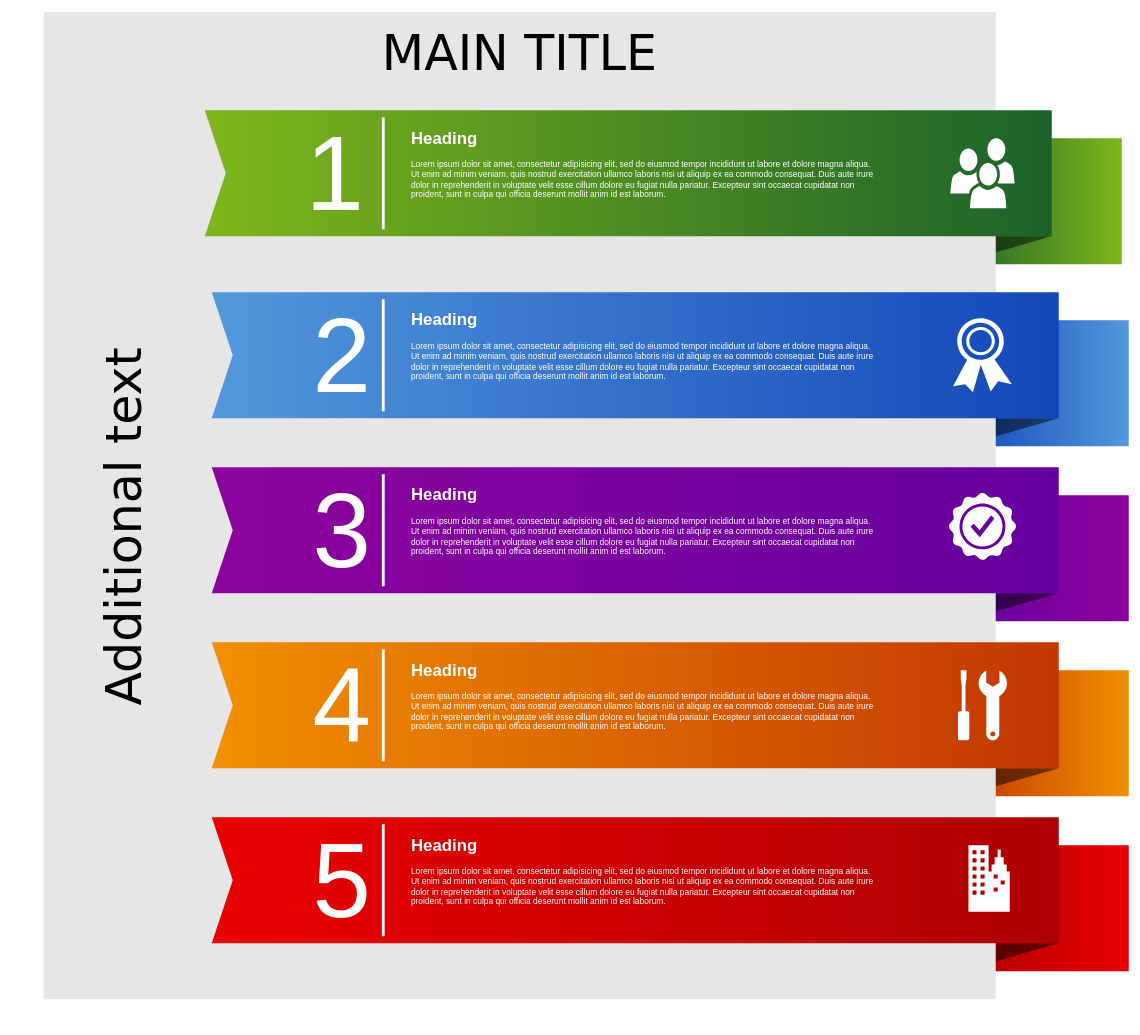
This is gränsnittdesign/assignment/personas1.drawio from samthe0908/web-2108, a draw.io file, before an edit. Source tidied: cells renumbered, new cells numbered last; positions are measured from the earlier drawing's top-left corner, leaving out a move shared by most shapes. Both pictures are drawn from the tidied source at 70%, with x=0, y=0 at pixel (43, 12).
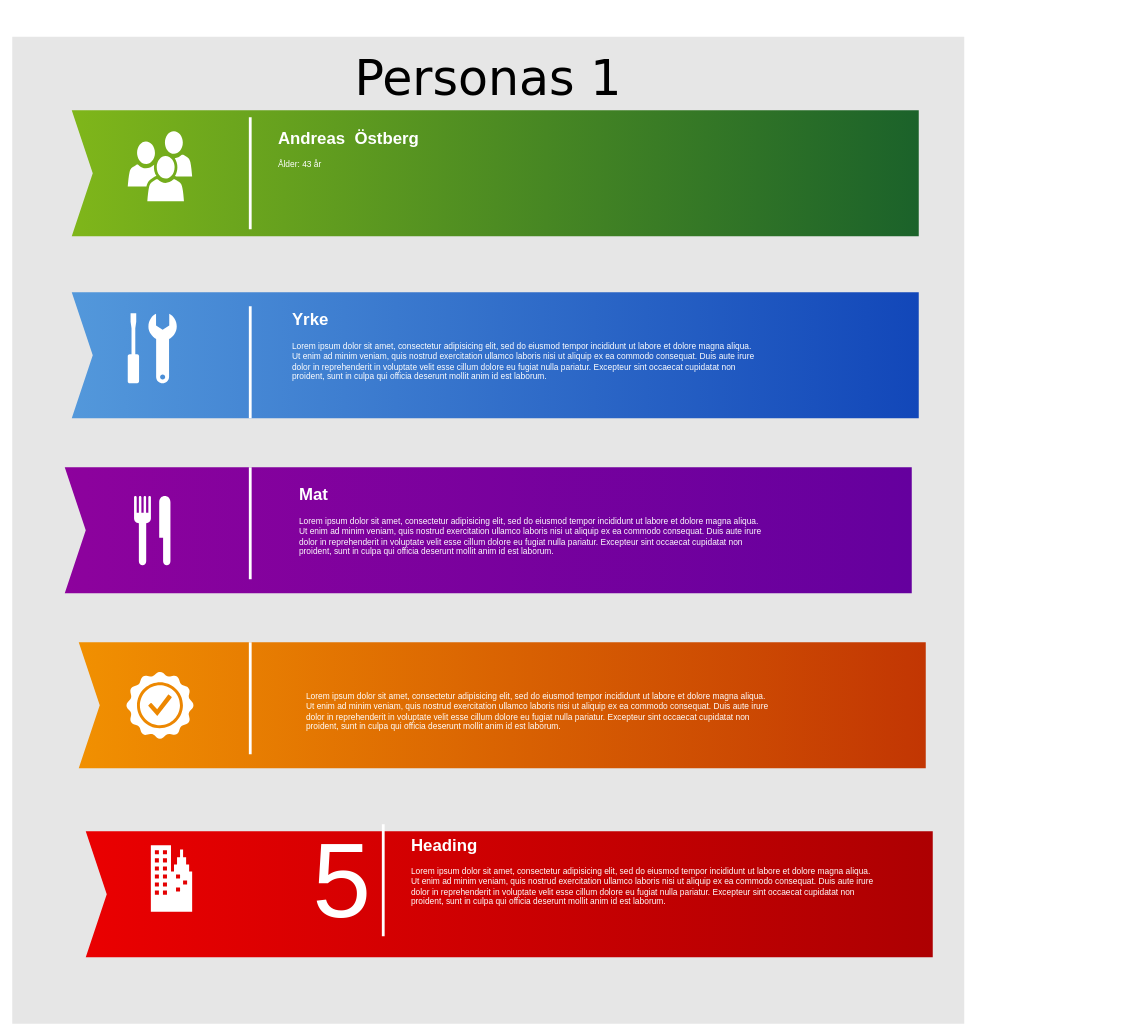
Above is the later version.

The edit, as a diff of the source:
```diff
@@
-    <mxCell id="2" style="whiteSpace=wrap;html=1;rounded=0;shadow=0;dashed=0;strokeWidth=1;fontFamily=Tahoma;fontSize=10;fontColor=#FFFFFF;strokeColor=none;fillColor=#7FB61A;gradientColor=#1B622A;gradientDirection=west;" parent="1" vertex="1">
-      <mxGeometry x="1300" y="180" width="240" height="180" as="geometry" />
-    </mxCell>
-    <mxCell id="3" style="verticalLabelPosition=bottom;verticalAlign=top;html=1;strokeWidth=1;shape=mxgraph.basic.orthogonal_triangle;rounded=0;shadow=0;dashed=0;fontFamily=Tahoma;fontSize=10;fontColor=#FFFFFF;flipV=1;fillColor=#000000;strokeColor=none;opacity=50;" parent="1" vertex="1">
-      <mxGeometry x="1300" y="320" width="140" height="40" as="geometry" />
-    </mxCell>
-    <mxCell id="4" style="whiteSpace=wrap;html=1;rounded=0;shadow=0;dashed=0;strokeWidth=1;fontFamily=Tahoma;fontSize=10;fontColor=#FFFFFF;strokeColor=none;fillColor=#5398DB;gradientColor=#1247B9;gradientDirection=west;" parent="1" vertex="1">
-      <mxGeometry x="1310" y="440" width="240" height="180" as="geometry" />
-    </mxCell>
-    <mxCell id="5" style="verticalLabelPosition=bottom;verticalAlign=top;html=1;strokeWidth=1;shape=mxgraph.basic.orthogonal_triangle;rounded=0;shadow=0;dashed=0;fontFamily=Tahoma;fontSize=10;fontColor=#FFFFFF;flipV=1;fillColor=#000000;strokeColor=none;opacity=50;" parent="1" vertex="1">
-      <mxGeometry x="1310" y="580" width="140" height="40" as="geometry" />
-    </mxCell>
-    <mxCell id="6" style="whiteSpace=wrap;html=1;rounded=0;shadow=0;dashed=0;strokeWidth=1;fontFamily=Tahoma;fontSize=10;fontColor=#FFFFFF;strokeColor=none;fillColor=#8D029D;gradientColor=#65009E;gradientDirection=west;" parent="1" vertex="1">
-      <mxGeometry x="1310" y="690" width="240" height="180" as="geometry" />
-    </mxCell>
-    <mxCell id="7" style="verticalLabelPosition=bottom;verticalAlign=top;html=1;strokeWidth=1;shape=mxgraph.basic.orthogonal_triangle;rounded=0;shadow=0;dashed=0;fontFamily=Tahoma;fontSize=10;fontColor=#FFFFFF;flipV=1;fillColor=#000000;strokeColor=none;opacity=50;" parent="1" vertex="1">
-      <mxGeometry x="1310" y="830" width="140" height="40" as="geometry" />
-    </mxCell>
-    <mxCell id="8" style="whiteSpace=wrap;html=1;rounded=0;shadow=0;dashed=0;strokeWidth=1;fontFamily=Tahoma;fontSize=10;fontColor=#FFFFFF;strokeColor=none;fillColor=#F19001;gradientColor=#C23603;gradientDirection=west;" parent="1" vertex="1">
-      <mxGeometry x="1310" y="940" width="240" height="180" as="geometry" />
-    </mxCell>
-    <mxCell id="9" style="verticalLabelPosition=bottom;verticalAlign=top;html=1;strokeWidth=1;shape=mxgraph.basic.orthogonal_triangle;rounded=0;shadow=0;dashed=0;fontFamily=Tahoma;fontSize=10;fontColor=#FFFFFF;flipV=1;fillColor=#000000;strokeColor=none;opacity=50;" parent="1" vertex="1">
-      <mxGeometry x="1310" y="1080" width="140" height="40" as="geometry" />
-    </mxCell>
-    <mxCell id="10" style="whiteSpace=wrap;html=1;rounded=0;shadow=0;dashed=0;strokeWidth=1;fontFamily=Tahoma;fontSize=10;fontColor=#FFFFFF;strokeColor=none;fillColor=#EA0001;gradientColor=#AD0002;gradientDirection=west;" parent="1" vertex="1">
-      <mxGeometry x="1310" y="1190" width="240" height="180" as="geometry" />
-    </mxCell>
-    <mxCell id="11" style="verticalLabelPosition=bottom;verticalAlign=top;html=1;strokeWidth=1;shape=mxgraph.basic.orthogonal_triangle;rounded=0;shadow=0;dashed=0;fontFamily=Tahoma;fontSize=10;fontColor=#FFFFFF;flipV=1;fillColor=#000000;strokeColor=none;opacity=50;" parent="1" vertex="1">
-      <mxGeometry x="1310" y="1330" width="140" height="40" as="geometry" />
-    </mxCell>
-    <mxCell id="12" value="MAIN TITLE" style="whiteSpace=wrap;html=1;rounded=0;shadow=0;dashed=0;strokeWidth=1;fillColor=#E6E6E6;fontFamily=Verdana;fontSize=70;strokeColor=none;verticalAlign=top;spacingTop=10;" parent="1" vertex="1">
-      <mxGeometry width="1360" height="1410" as="geometry" />
+    <mxCell id="12" value="Personas 1" style="whiteSpace=wrap;html=1;rounded=0;shadow=0;dashed=0;strokeWidth=1;fillColor=#E6E6E6;fontFamily=Verdana;fontSize=70;strokeColor=none;verticalAlign=top;spacingTop=10;" parent="1" vertex="1">
+      <mxGeometry x="-45" y="35" width="1360" height="1410" as="geometry" />
     </mxCell>
     <mxCell id="13" style="html=1;shadow=0;dashed=0;align=center;verticalAlign=middle;shape=mxgraph.arrows2.arrow;dy=0;dx=0;notch=30;rounded=0;strokeColor=none;strokeWidth=1;fillColor=#7FB61A;fontFamily=Tahoma;fontSize=10;fontColor=#FFFFFF;gradientColor=#1B622A;gradientDirection=east;" parent="1" vertex="1">
-      <mxGeometry x="230" y="140" width="1210" height="180" as="geometry" />
+      <mxGeometry x="40" y="140" width="1210" height="180" as="geometry" />
     </mxCell>
     <mxCell id="14" style="html=1;shadow=0;dashed=0;align=center;verticalAlign=middle;shape=mxgraph.arrows2.arrow;dy=0;dx=0;notch=30;rounded=0;strokeColor=none;strokeWidth=1;fillColor=#5398DB;fontFamily=Tahoma;fontSize=10;fontColor=#FFFFFF;gradientColor=#1247B9;gradientDirection=east;" parent="1" vertex="1">
-      <mxGeometry x="240" y="400" width="1210" height="180" as="geometry" />
+      <mxGeometry x="40" y="400" width="1210" height="180" as="geometry" />
     </mxCell>
     <mxCell id="15" style="html=1;shadow=0;dashed=0;align=center;verticalAlign=middle;shape=mxgraph.arrows2.arrow;dy=0;dx=0;notch=30;rounded=0;strokeColor=none;strokeWidth=1;fillColor=#8D029D;fontFamily=Tahoma;fontSize=10;fontColor=#FFFFFF;gradientColor=#65009E;gradientDirection=east;" parent="1" vertex="1">
-      <mxGeometry x="240" y="650" width="1210" height="180" as="geometry" />
+      <mxGeometry x="30" y="650" width="1210" height="180" as="geometry" />
     </mxCell>
     <mxCell id="16" style="html=1;shadow=0;dashed=0;align=center;verticalAlign=middle;shape=mxgraph.arrows2.arrow;dy=0;dx=0;notch=30;rounded=0;strokeColor=none;strokeWidth=1;fillColor=#F19001;fontFamily=Tahoma;fontSize=10;fontColor=#FFFFFF;gradientColor=#C23603;gradientDirection=east;" parent="1" vertex="1">
-      <mxGeometry x="240" y="900" width="1210" height="180" as="geometry" />
+      <mxGeometry x="50" y="900" width="1210" height="180" as="geometry" />
     </mxCell>
     <mxCell id="17" style="html=1;shadow=0;dashed=0;align=center;verticalAlign=middle;shape=mxgraph.arrows2.arrow;dy=0;dx=0;notch=30;rounded=0;strokeColor=none;strokeWidth=1;fillColor=#EA0001;fontFamily=Tahoma;fontSize=10;fontColor=#FFFFFF;gradientColor=#AD0002;gradientDirection=east;" parent="1" vertex="1">
-      <mxGeometry x="240" y="1150" width="1210" height="180" as="geometry" />
+      <mxGeometry x="60" y="1170" width="1210" height="180" as="geometry" />
     </mxCell>
-    <mxCell id="18" value="Additional text" style="text;html=1;strokeColor=none;fillColor=none;align=center;verticalAlign=middle;whiteSpace=wrap;rounded=0;shadow=0;dashed=0;fontFamily=Verdana;fontSize=70;horizontal=0;" parent="1" vertex="1">
-      <mxGeometry x="50" y="140" width="130" height="1190" as="geometry" />
-    </mxCell>
-    <mxCell id="19" value="1" style="text;html=1;strokeColor=none;fillColor=none;align=right;verticalAlign=middle;whiteSpace=wrap;rounded=0;shadow=0;dashed=0;fontFamily=Helvetica;fontSize=150;fontColor=#FFFFFF;" parent="1" vertex="1">
-      <mxGeometry x="260" y="140" width="200" height="180" as="geometry" />
-    </mxCell>
-    <mxCell id="20" value="2" style="text;html=1;strokeColor=none;fillColor=none;align=right;verticalAlign=middle;whiteSpace=wrap;rounded=0;shadow=0;dashed=0;fontFamily=Helvetica;fontSize=150;fontColor=#FFFFFF;" parent="1" vertex="1">
-      <mxGeometry x="270" y="400" width="200" height="180" as="geometry" />
-    </mxCell>
-    <mxCell id="21" value="3" style="text;html=1;strokeColor=none;fillColor=none;align=right;verticalAlign=middle;whiteSpace=wrap;rounded=0;shadow=0;dashed=0;fontFamily=Helvetica;fontSize=150;fontColor=#FFFFFF;" parent="1" vertex="1">
-      <mxGeometry x="270" y="650" width="200" height="180" as="geometry" />
-    </mxCell>
-    <mxCell id="22" value="4" style="text;html=1;strokeColor=none;fillColor=none;align=right;verticalAlign=middle;whiteSpace=wrap;rounded=0;shadow=0;dashed=0;fontFamily=Helvetica;fontSize=150;fontColor=#FFFFFF;" parent="1" vertex="1">
-      <mxGeometry x="270" y="900" width="200" height="180" as="geometry" />
-    </mxCell>
@@
     <mxCell id="24" style="line;strokeWidth=4;direction=south;html=1;rounded=0;shadow=0;dashed=0;fillColor=none;gradientColor=#AD0002;fontFamily=Helvetica;fontSize=150;fontColor=#FFFFFF;align=right;strokeColor=#FFFFFF;" parent="1" vertex="1">
-      <mxGeometry x="480" y="150" width="10" height="160" as="geometry" />
+      <mxGeometry x="290" y="150" width="10" height="160" as="geometry" />
     </mxCell>
     <mxCell id="25" style="line;strokeWidth=4;direction=south;html=1;rounded=0;shadow=0;dashed=0;fillColor=none;gradientColor=#AD0002;fontFamily=Helvetica;fontSize=150;fontColor=#FFFFFF;align=right;strokeColor=#FFFFFF;" parent="1" vertex="1">
-      <mxGeometry x="480" y="410" width="10" height="160" as="geometry" />
+      <mxGeometry x="290" y="420" width="10" height="160" as="geometry" />
     </mxCell>
     <mxCell id="26" style="line;strokeWidth=4;direction=south;html=1;rounded=0;shadow=0;dashed=0;fillColor=none;gradientColor=#AD0002;fontFamily=Helvetica;fontSize=150;fontColor=#FFFFFF;align=right;strokeColor=#FFFFFF;" parent="1" vertex="1">
-      <mxGeometry x="480" y="660" width="10" height="160" as="geometry" />
+      <mxGeometry x="290" y="650" width="10" height="160" as="geometry" />
     </mxCell>
     <mxCell id="27" style="line;strokeWidth=4;direction=south;html=1;rounded=0;shadow=0;dashed=0;fillColor=none;gradientColor=#AD0002;fontFamily=Helvetica;fontSize=150;fontColor=#FFFFFF;align=right;strokeColor=#FFFFFF;" parent="1" vertex="1">
-      <mxGeometry x="480" y="910" width="10" height="160" as="geometry" />
+      <mxGeometry x="290" y="900" width="10" height="160" as="geometry" />
     </mxCell>
@@
-    <mxCell id="29" value="&lt;h1&gt;Heading&lt;/h1&gt;&lt;p&gt;L&lt;span&gt;orem ipsum dolor sit amet, consectetur adipisicing elit, sed do eiusmod tempor incididunt ut labore et dolore magna aliqua. Ut enim ad minim veniam, quis nostrud exercitation ullamco laboris nisi ut aliquip ex ea commodo consequat. Duis aute irure dolor in reprehenderit in voluptate velit esse cillum dolore eu fugiat nulla pariatur. Excepteur sint occaecat cupidatat non proident, sunt in culpa qui officia deserunt mollit anim id est laborum.&lt;/span&gt;&lt;/p&gt;" style="text;html=1;strokeColor=none;fillColor=none;spacing=5;spacingTop=-20;whiteSpace=wrap;overflow=hidden;rounded=0;shadow=0;dashed=0;fontFamily=Helvetica;fontSize=12;fontColor=#FFFFFF;align=left;" parent="1" vertex="1">
-      <mxGeometry x="520" y="160" width="670" height="140" as="geometry" />
+    <mxCell id="29" value="&lt;h1&gt;Andreas&amp;nbsp; Östberg&lt;/h1&gt;&lt;div&gt;Ålder: 43 år&lt;/div&gt;&lt;div&gt;&lt;br&gt;&lt;/div&gt;" style="text;html=1;strokeColor=none;fillColor=none;spacing=5;spacingTop=-20;whiteSpace=wrap;overflow=hidden;rounded=0;shadow=0;dashed=0;fontFamily=Helvetica;fontSize=12;fontColor=#FFFFFF;align=left;" parent="1" vertex="1">
+      <mxGeometry x="330" y="160" width="670" height="140" as="geometry" />
     </mxCell>
-    <mxCell id="30" value="&lt;h1&gt;Heading&lt;/h1&gt;&lt;p&gt;L&lt;span&gt;orem ipsum dolor sit amet, consectetur adipisicing elit, sed do eiusmod tempor incididunt ut labore et dolore magna aliqua. Ut enim ad minim veniam, quis nostrud exercitation ullamco laboris nisi ut aliquip ex ea commodo consequat. Duis aute irure dolor in reprehenderit in voluptate velit esse cillum dolore eu fugiat nulla pariatur. Excepteur sint occaecat cupidatat non proident, sunt in culpa qui officia deserunt mollit anim id est laborum.&lt;/span&gt;&lt;/p&gt;" style="text;html=1;strokeColor=none;fillColor=none;spacing=5;spacingTop=-20;whiteSpace=wrap;overflow=hidden;rounded=0;shadow=0;dashed=0;fontFamily=Helvetica;fontSize=12;fontColor=#FFFFFF;align=left;" parent="1" vertex="1">
-      <mxGeometry x="520" y="420" width="670" height="140" as="geometry" />
+    <mxCell id="30" value="&lt;h1&gt;Yrke&lt;br&gt;&lt;/h1&gt;&lt;p&gt;L&lt;span&gt;orem ipsum dolor sit amet, consectetur adipisicing elit, sed do eiusmod tempor incididunt ut labore et dolore magna aliqua. Ut enim ad minim veniam, quis nostrud exercitation ullamco laboris nisi ut aliquip ex ea commodo consequat. Duis aute irure dolor in reprehenderit in voluptate velit esse cillum dolore eu fugiat nulla pariatur. Excepteur sint occaecat cupidatat non proident, sunt in culpa qui officia deserunt mollit anim id est laborum.&lt;/span&gt;&lt;/p&gt;" style="text;html=1;strokeColor=none;fillColor=none;spacing=5;spacingTop=-20;whiteSpace=wrap;overflow=hidden;rounded=0;shadow=0;dashed=0;fontFamily=Helvetica;fontSize=12;fontColor=#FFFFFF;align=left;" parent="1" vertex="1">
+      <mxGeometry x="350" y="420" width="670" height="140" as="geometry" />
     </mxCell>
-    <mxCell id="31" value="&lt;h1&gt;Heading&lt;/h1&gt;&lt;p&gt;L&lt;span&gt;orem ipsum dolor sit amet, consectetur adipisicing elit, sed do eiusmod tempor incididunt ut labore et dolore magna aliqua. Ut enim ad minim veniam, quis nostrud exercitation ullamco laboris nisi ut aliquip ex ea commodo consequat. Duis aute irure dolor in reprehenderit in voluptate velit esse cillum dolore eu fugiat nulla pariatur. Excepteur sint occaecat cupidatat non proident, sunt in culpa qui officia deserunt mollit anim id est laborum.&lt;/span&gt;&lt;/p&gt;" style="text;html=1;strokeColor=none;fillColor=none;spacing=5;spacingTop=-20;whiteSpace=wrap;overflow=hidden;rounded=0;shadow=0;dashed=0;fontFamily=Helvetica;fontSize=12;fontColor=#FFFFFF;align=left;" parent="1" vertex="1">
-      <mxGeometry x="520" y="670" width="670" height="140" as="geometry" />
+    <mxCell id="31" value="&lt;h1&gt;Mat&lt;/h1&gt;&lt;p&gt;L&lt;span&gt;orem ipsum dolor sit amet, consectetur adipisicing elit, sed do eiusmod tempor incididunt ut labore et dolore magna aliqua. Ut enim ad minim veniam, quis nostrud exercitation ullamco laboris nisi ut aliquip ex ea commodo consequat. Duis aute irure dolor in reprehenderit in voluptate velit esse cillum dolore eu fugiat nulla pariatur. Excepteur sint occaecat cupidatat non proident, sunt in culpa qui officia deserunt mollit anim id est laborum.&lt;/span&gt;&lt;/p&gt;" style="text;html=1;strokeColor=none;fillColor=none;spacing=5;spacingTop=-20;whiteSpace=wrap;overflow=hidden;rounded=0;shadow=0;dashed=0;fontFamily=Helvetica;fontSize=12;fontColor=#FFFFFF;align=left;" parent="1" vertex="1">
+      <mxGeometry x="360" y="670" width="670" height="140" as="geometry" />
     </mxCell>
-    <mxCell id="32" value="&lt;h1&gt;Heading&lt;/h1&gt;&lt;p&gt;L&lt;span&gt;orem ipsum dolor sit amet, consectetur adipisicing elit, sed do eiusmod tempor incididunt ut labore et dolore magna aliqua. Ut enim ad minim veniam, quis nostrud exercitation ullamco laboris nisi ut aliquip ex ea commodo consequat. Duis aute irure dolor in reprehenderit in voluptate velit esse cillum dolore eu fugiat nulla pariatur. Excepteur sint occaecat cupidatat non proident, sunt in culpa qui officia deserunt mollit anim id est laborum.&lt;/span&gt;&lt;/p&gt;" style="text;html=1;strokeColor=none;fillColor=none;spacing=5;spacingTop=-20;whiteSpace=wrap;overflow=hidden;rounded=0;shadow=0;dashed=0;fontFamily=Helvetica;fontSize=12;fontColor=#FFFFFF;align=left;" parent="1" vertex="1">
-      <mxGeometry x="520" y="920" width="670" height="140" as="geometry" />
+    <mxCell id="32" value="&lt;h1&gt;&lt;br&gt;&lt;/h1&gt;&lt;p&gt;L&lt;span&gt;orem ipsum dolor sit amet, consectetur adipisicing elit, sed do eiusmod tempor incididunt ut labore et dolore magna aliqua. Ut enim ad minim veniam, quis nostrud exercitation ullamco laboris nisi ut aliquip ex ea commodo consequat. Duis aute irure dolor in reprehenderit in voluptate velit esse cillum dolore eu fugiat nulla pariatur. Excepteur sint occaecat cupidatat non proident, sunt in culpa qui officia deserunt mollit anim id est laborum.&lt;/span&gt;&lt;/p&gt;" style="text;html=1;strokeColor=none;fillColor=none;spacing=5;spacingTop=-20;whiteSpace=wrap;overflow=hidden;rounded=0;shadow=0;dashed=0;fontFamily=Helvetica;fontSize=12;fontColor=#FFFFFF;align=left;" parent="1" vertex="1">
+      <mxGeometry x="370" y="920" width="670" height="140" as="geometry" />
     </mxCell>
@@
     <mxCell id="34" style="shadow=0;dashed=0;html=1;strokeColor=none;fillColor=#FFFFFF;labelPosition=center;verticalLabelPosition=bottom;verticalAlign=top;shape=mxgraph.office.users.users;rounded=0;fontFamily=Helvetica;fontSize=12;fontColor=#FFFFFF;align=left;" parent="1" vertex="1">
-      <mxGeometry x="1295" y="180" width="92" height="100" as="geometry" />
+      <mxGeometry x="120" y="170" width="92" height="100" as="geometry" />
     </mxCell>
-    <mxCell id="35" style="shadow=0;dashed=0;html=1;strokeColor=none;fillColor=#FFFFFF;labelPosition=center;verticalLabelPosition=bottom;verticalAlign=top;shape=mxgraph.office.security.token;rounded=0;fontFamily=Helvetica;fontSize=12;fontColor=#FFFFFF;align=left;" parent="1" vertex="1">
-      <mxGeometry x="1299" y="437" width="84" height="106" as="geometry" />
-    </mxCell>
     <mxCell id="36" style="shadow=0;dashed=0;html=1;strokeColor=none;fillColor=#FFFFFF;labelPosition=center;verticalLabelPosition=bottom;verticalAlign=top;shape=mxgraph.office.concepts.best_practices;rounded=0;fontFamily=Helvetica;fontSize=12;fontColor=#FFFFFF;align=left;" parent="1" vertex="1">
-      <mxGeometry x="1292.5" y="686" width="97" height="97" as="geometry" />
+      <mxGeometry x="117.5" y="941.5" width="97" height="97" as="geometry" />
     </mxCell>
     <mxCell id="37" style="shadow=0;dashed=0;html=1;strokeColor=none;fillColor=#FFFFFF;labelPosition=center;verticalLabelPosition=bottom;verticalAlign=top;shape=mxgraph.office.concepts.maintenance;rounded=0;fontFamily=Helvetica;fontSize=12;fontColor=#FFFFFF;align=left;" parent="1" vertex="1">
-      <mxGeometry x="1306" y="940" width="70" height="100" as="geometry" />
+      <mxGeometry x="120" y="430" width="70" height="100" as="geometry" />
     </mxCell>
     <mxCell id="38" style="shadow=0;dashed=0;html=1;strokeColor=none;fillColor=#FFFFFF;labelPosition=center;verticalLabelPosition=bottom;verticalAlign=top;shape=mxgraph.office.concepts.on_premises;rounded=0;fontFamily=Helvetica;fontSize=12;fontColor=#FFFFFF;align=left;" parent="1" vertex="1">
-      <mxGeometry x="1321" y="1190" width="59" height="95" as="geometry" />
+      <mxGeometry x="153" y="1190" width="59" height="95" as="geometry" />
     </mxCell>
+    <mxCell id="39" style="shape=mxgraph.signs.food.restaurant_2;html=1;fillColor=#FFFFFF;strokeColor=none;verticalLabelPosition=bottom;verticalAlign=top;align=center;sketch=0;" parent="1" vertex="1">
+      <mxGeometry x="129" y="688" width="52" height="104" as="geometry" />
+    </mxCell>
```
